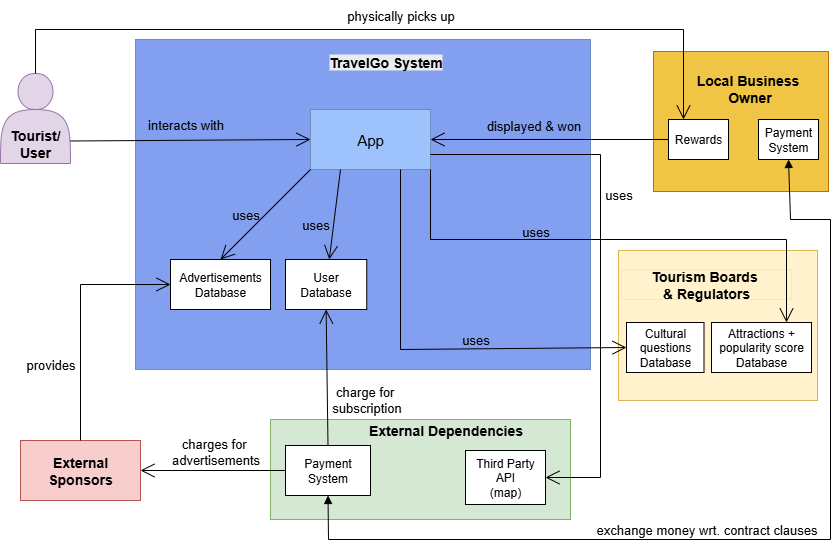
Above: report/ContainerDiagram.png in riyagupta0701/TravelGo-Software-Architecture (draw.io), before the change. Source tidied: cells renumbered, new cells last; positions are measured from the earlier drawing's top-left corner, leaving out a move shared by most shapes. The source it was exported from:
```xml
<mxGraphModel>
  <root>
    <mxCell id="0" />
    <mxCell id="1" parent="0" />
    <mxCell id="2" style="whiteSpace=wrap;html=1;align=center;newEdgeStyle={&quot;edgeStyle&quot;:&quot;elbowEdgeStyle&quot;,&quot;startArrow&quot;:&quot;none&quot;,&quot;endArrow&quot;:&quot;none&quot;};fillColor=#fff2cc;strokeColor=#d6b656;" parent="1" vertex="1">
      <mxGeometry x="618" y="250" width="199" height="150" as="geometry" />
    </mxCell>
    <mxCell id="3" value="&lt;b&gt;&lt;font style=&quot;font-size: 14px;&quot;&gt;Tourism Boards&amp;nbsp;&lt;/font&gt;&lt;/b&gt;&lt;div&gt;&lt;b&gt;&lt;font style=&quot;font-size: 14px;&quot;&gt;&amp;amp; Regulators&lt;/font&gt;&lt;/b&gt;&lt;/div&gt;" style="html=1;whiteSpace=wrap;strokeWidth=0;fillColor=#fff2cc;strokeColor=#d6b656;" parent="1" vertex="1">
      <mxGeometry x="621" y="269" width="170" height="30" as="geometry" />
    </mxCell>
    <mxCell id="4" style="whiteSpace=wrap;html=1;align=center;newEdgeStyle={&quot;edgeStyle&quot;:&quot;elbowEdgeStyle&quot;,&quot;startArrow&quot;:&quot;none&quot;,&quot;endArrow&quot;:&quot;none&quot;};fillColor=#839FEF;strokeColor=#6c8ebf;" parent="1" vertex="1">
      <mxGeometry x="135" y="39" width="455" height="330" as="geometry" />
    </mxCell>
    <mxCell id="5" value="&#10;&lt;b style=&quot;forced-color-adjust: none; color: rgb(0, 0, 0); font-family: Helvetica; font-size: 14px; font-style: normal; font-variant-ligatures: normal; font-variant-caps: normal; letter-spacing: normal; orphans: 2; text-align: center; text-indent: 0px; text-transform: none; widows: 2; word-spacing: 0px; -webkit-text-stroke-width: 0px; white-space: nowrap; background-color: rgb(236, 236, 236); text-decoration-thickness: initial; text-decoration-style: initial; text-decoration-color: initial;&quot;&gt;TravelGo System&lt;/b&gt;&#10;&#10;" style="text;html=1;align=center;verticalAlign=middle;strokeColor=none;fillColor=none;" parent="1" vertex="1">
      <mxGeometry x="315" y="39" width="140" height="60" as="geometry" />
    </mxCell>
    <mxCell id="6" value="&lt;font style=&quot;font-size: 15px;&quot;&gt;App&lt;/font&gt;" style="whiteSpace=wrap;html=1;align=center;newEdgeStyle={&quot;edgeStyle&quot;:&quot;elbowEdgeStyle&quot;,&quot;startArrow&quot;:&quot;none&quot;,&quot;endArrow&quot;:&quot;none&quot;};fillColor=#9DC2FC;strokeColor=#6c8ebf;" parent="1" vertex="1">
      <mxGeometry x="310" y="109" width="120" height="60" as="geometry" />
    </mxCell>
    <mxCell id="7" value="User Database" style="whiteSpace=wrap;html=1;align=center;newEdgeStyle={&quot;edgeStyle&quot;:&quot;elbowEdgeStyle&quot;,&quot;startArrow&quot;:&quot;none&quot;,&quot;endArrow&quot;:&quot;none&quot;};" parent="1" vertex="1">
      <mxGeometry x="285" y="259" width="81.2" height="50" as="geometry" />
    </mxCell>
    <mxCell id="8" value="Cultural questions Database" style="whiteSpace=wrap;html=1;align=center;newEdgeStyle={&quot;edgeStyle&quot;:&quot;elbowEdgeStyle&quot;,&quot;startArrow&quot;:&quot;none&quot;,&quot;endArrow&quot;:&quot;none&quot;};" parent="1" vertex="1">
      <mxGeometry x="626" y="322" width="77.5" height="50" as="geometry" />
    </mxCell>
    <mxCell id="9" value="Attractions + popularity score Database" style="whiteSpace=wrap;html=1;align=center;newEdgeStyle={&quot;edgeStyle&quot;:&quot;elbowEdgeStyle&quot;,&quot;startArrow&quot;:&quot;none&quot;,&quot;endArrow&quot;:&quot;none&quot;};" parent="1" vertex="1">
      <mxGeometry x="711" y="322" width="100" height="50" as="geometry" />
    </mxCell>
    <mxCell id="10" value="&lt;div&gt;&lt;font style=&quot;font-size: 14px;&quot;&gt;&lt;b&gt;&lt;br&gt;&lt;/b&gt;&lt;/font&gt;&lt;/div&gt;&lt;div&gt;&lt;font style=&quot;font-size: 14px;&quot;&gt;&lt;b&gt;&lt;br&gt;&lt;/b&gt;&lt;/font&gt;&lt;/div&gt;&lt;div&gt;&lt;font style=&quot;font-size: 14px;&quot;&gt;&lt;b&gt;&lt;br&gt;&lt;/b&gt;&lt;/font&gt;&lt;/div&gt;&lt;font style=&quot;font-size: 14px;&quot;&gt;&lt;b&gt;Tourist/&lt;/b&gt;&lt;/font&gt;&lt;div&gt;&lt;font style=&quot;font-size: 14px;&quot;&gt;&lt;b&gt;User&lt;/b&gt;&lt;/font&gt;&lt;/div&gt;" style="shape=actor;whiteSpace=wrap;html=1;fillColor=#e1d5e7;strokeColor=#9673a6;" parent="1" vertex="1">
      <mxGeometry y="73" width="70" height="90" as="geometry" />
    </mxCell>
    <mxCell id="11" style="endArrow=open;endFill=1;endSize=12;html=1;rounded=0;exitX=1;exitY=0.75;exitDx=0;exitDy=0;entryX=0;entryY=0.5;entryDx=0;entryDy=0;" parent="1" edge="1" source="10" target="6">
      <mxGeometry relative="1" as="geometry" />
    </mxCell>
    <mxCell id="12" value="&lt;font style=&quot;font-size: 13px;&quot;&gt;interacts with&lt;/font&gt;" style="text;html=1;align=center;verticalAlign=middle;strokeColor=none;fillColor=none;" parent="1" vertex="1">
      <mxGeometry x="135" y="109" width="100" height="30" as="geometry" />
    </mxCell>
    <mxCell id="13" value="&lt;font style=&quot;font-size: 13px;&quot;&gt;uses&lt;/font&gt;" style="text;html=1;align=center;verticalAlign=middle;strokeColor=none;fillColor=none;" parent="1" vertex="1">
      <mxGeometry x="593" y="179" width="50" height="30" as="geometry" />
    </mxCell>
    <mxCell id="14" style="whiteSpace=wrap;html=1;align=center;newEdgeStyle={&quot;edgeStyle&quot;:&quot;elbowEdgeStyle&quot;,&quot;startArrow&quot;:&quot;none&quot;,&quot;endArrow&quot;:&quot;none&quot;};fillColor=#F0C545;fontColor=#000000;strokeColor=#BD7000;" parent="1" vertex="1">
      <mxGeometry x="653" y="51" width="175" height="140" as="geometry" />
    </mxCell>
    <mxCell id="15" value="&lt;br&gt;&lt;span style=&quot;font-size: 14px;&quot;&gt;&lt;b&gt;Local Business&amp;nbsp;&lt;/b&gt;&lt;/span&gt;&lt;div&gt;&lt;span style=&quot;font-size: 14px;&quot;&gt;&lt;b&gt;Owner&lt;/b&gt;&lt;/span&gt;&lt;/div&gt;" style="text;html=1;align=center;verticalAlign=middle;strokeColor=none;fillColor=none;" parent="1" vertex="1">
      <mxGeometry x="684.2" y="51" width="130" height="60" as="geometry" />
    </mxCell>
    <mxCell id="16" value="Rewards" style="whiteSpace=wrap;html=1;align=center;newEdgeStyle={&quot;edgeStyle&quot;:&quot;elbowEdgeStyle&quot;,&quot;startArrow&quot;:&quot;none&quot;,&quot;endArrow&quot;:&quot;none&quot;};" parent="1" vertex="1">
      <mxGeometry x="668" y="119" width="60" height="40" as="geometry" />
    </mxCell>
    <mxCell id="17" style="endArrow=open;endFill=1;endSize=12;html=1;rounded=0;exitX=0;exitY=0.5;exitDx=0;exitDy=0;entryX=1;entryY=0.5;entryDx=0;entryDy=0;" parent="1" edge="1" source="16" target="6">
      <mxGeometry relative="1" as="geometry" />
    </mxCell>
    <mxCell id="18" value="&lt;font style=&quot;font-size: 13px;&quot;&gt;displayed &amp;amp; won&lt;/font&gt;" style="text;html=1;align=center;verticalAlign=middle;strokeColor=none;fillColor=none;" parent="1" vertex="1">
      <mxGeometry x="473" y="110" width="120" height="30" as="geometry" />
    </mxCell>
    <mxCell id="19" style="html=1;whiteSpace=wrap;fillColor=#d5e8d4;strokeColor=#82b366;" parent="1" vertex="1">
      <mxGeometry x="270" y="419" width="300" height="100" as="geometry" />
    </mxCell>
    <mxCell id="20" value="&lt;font style=&quot;font-size: 14px;&quot;&gt;&lt;b&gt;External Dependencies&lt;/b&gt;&lt;/font&gt;" style="text;html=1;align=center;verticalAlign=middle;strokeColor=none;fillColor=none;" parent="1" vertex="1">
      <mxGeometry x="355" y="415" width="180" height="30" as="geometry" />
    </mxCell>
    <mxCell id="21" value="Payment System" style="html=1;whiteSpace=wrap;" parent="1" vertex="1">
      <mxGeometry x="285" y="445" width="85" height="50" as="geometry" />
    </mxCell>
    <mxCell id="22" style="endArrow=open;endFill=1;endSize=12;html=1;rounded=0;exitX=0.5;exitY=0;exitDx=0;exitDy=0;entryX=0.5;entryY=1;entryDx=0;entryDy=0;" parent="1" edge="1" source="21" target="7">
      <mxGeometry relative="1" as="geometry" />
    </mxCell>
    <mxCell id="23" value="&lt;font style=&quot;font-size: 13px;&quot;&gt;charge for&amp;nbsp;&lt;/font&gt;&lt;div&gt;&lt;font style=&quot;font-size: 13px;&quot;&gt;subscription&lt;/font&gt;&lt;/div&gt;" style="text;html=1;align=center;verticalAlign=middle;strokeColor=none;fillColor=none;" parent="1" vertex="1">
      <mxGeometry x="321" y="379" width="90" height="40" as="geometry" />
    </mxCell>
    <mxCell id="24" value="Payment System" style="whiteSpace=wrap;html=1;align=center;newEdgeStyle={&quot;edgeStyle&quot;:&quot;elbowEdgeStyle&quot;,&quot;startArrow&quot;:&quot;none&quot;,&quot;endArrow&quot;:&quot;none&quot;};" parent="1" vertex="1">
      <mxGeometry x="758" y="119" width="60" height="40" as="geometry" />
    </mxCell>
    <mxCell id="25" style="endArrow=block;startArrow=block;endFill=1;startFill=1;html=1;rounded=0;entryX=0.5;entryY=1;entryDx=0;entryDy=0;exitX=0.5;exitY=1;exitDx=0;exitDy=0;" parent="1" edge="1" source="24" target="21">
      <mxGeometry relative="1" as="geometry">
        <Array as="points">
          <mxPoint x="790" y="219" />
          <mxPoint x="830" y="219" />
          <mxPoint x="830" y="539" />
          <mxPoint x="328" y="539" />
        </Array>
      </mxGeometry>
    </mxCell>
    <mxCell id="26" value="&lt;font style=&quot;font-size: 13px;&quot;&gt;exchange money wrt. contract clauses&lt;/font&gt;" style="text;html=1;align=center;verticalAlign=middle;strokeColor=none;fillColor=none;" parent="1" vertex="1">
      <mxGeometry x="586" y="514" width="240" height="30" as="geometry" />
    </mxCell>
    <mxCell id="27" value="Third Party API&lt;div&gt;(map)&lt;/div&gt;" style="html=1;whiteSpace=wrap;" parent="1" vertex="1">
      <mxGeometry x="465" y="450" width="80" height="54" as="geometry" />
    </mxCell>
    <mxCell id="28" style="endArrow=open;endFill=1;endSize=12;html=1;rounded=0;exitX=1;exitY=0.75;exitDx=0;exitDy=0;entryX=1;entryY=0.5;entryDx=0;entryDy=0;" parent="1" edge="1" source="6" target="27">
      <mxGeometry relative="1" as="geometry">
        <Array as="points">
          <mxPoint x="600" y="154" />
          <mxPoint x="600" y="477" />
        </Array>
      </mxGeometry>
    </mxCell>
    <mxCell id="29" value="&lt;font style=&quot;font-size: 13px;&quot;&gt;uses&lt;/font&gt;" style="text;html=1;align=center;verticalAlign=middle;strokeColor=none;fillColor=none;" parent="1" vertex="1">
      <mxGeometry x="450" y="324" width="50" height="30" as="geometry" />
    </mxCell>
    <mxCell id="30" style="endArrow=open;endFill=1;endSize=12;html=1;rounded=0;exitX=0.5;exitY=0;exitDx=0;exitDy=0;entryX=0.25;entryY=0;entryDx=0;entryDy=0;" parent="1" edge="1" source="10" target="16">
      <mxGeometry relative="1" as="geometry">
        <Array as="points">
          <mxPoint x="35" y="29" />
          <mxPoint x="683" y="29" />
        </Array>
      </mxGeometry>
    </mxCell>
    <mxCell id="31" value="&lt;font style=&quot;font-size: 13px;&quot;&gt;physically picks up&lt;/font&gt;" style="text;html=1;align=center;verticalAlign=middle;strokeColor=none;fillColor=none;" parent="1" vertex="1">
      <mxGeometry x="335" width="130" height="30" as="geometry" />
    </mxCell>
    <mxCell id="32" value="&lt;font style=&quot;font-size: 14px;&quot;&gt;&lt;b&gt;External Sponsors&lt;/b&gt;&lt;/font&gt;" style="whiteSpace=wrap;html=1;align=center;newEdgeStyle={&quot;edgeStyle&quot;:&quot;elbowEdgeStyle&quot;,&quot;startArrow&quot;:&quot;none&quot;,&quot;endArrow&quot;:&quot;none&quot;};fillColor=#f8cecc;strokeColor=#b85450;" parent="1" vertex="1">
      <mxGeometry x="20" y="440" width="120" height="60" as="geometry" />
    </mxCell>
    <mxCell id="33" value="Advertisements&lt;div&gt;Database&lt;/div&gt;" style="whiteSpace=wrap;html=1;align=center;newEdgeStyle={&quot;edgeStyle&quot;:&quot;elbowEdgeStyle&quot;,&quot;startArrow&quot;:&quot;none&quot;,&quot;endArrow&quot;:&quot;none&quot;};" parent="1" vertex="1">
      <mxGeometry x="170" y="259" width="100" height="50" as="geometry" />
    </mxCell>
    <mxCell id="34" style="endArrow=open;endFill=1;endSize=12;html=1;rounded=0;exitX=0;exitY=1;exitDx=0;exitDy=0;entryX=0.5;entryY=0;entryDx=0;entryDy=0;" parent="1" edge="1" source="6" target="33">
      <mxGeometry relative="1" as="geometry" />
    </mxCell>
    <mxCell id="35" value="&lt;font style=&quot;font-size: 13px;&quot;&gt;uses&lt;/font&gt;" style="text;html=1;align=center;verticalAlign=middle;strokeColor=none;fillColor=none;" parent="1" vertex="1">
      <mxGeometry x="290" y="209" width="50" height="30" as="geometry" />
    </mxCell>
    <mxCell id="36" style="endArrow=open;endFill=1;endSize=12;html=1;rounded=0;exitX=0.25;exitY=1;exitDx=0;exitDy=0;" parent="1" edge="1" source="6" target="7">
      <mxGeometry relative="1" as="geometry" />
    </mxCell>
    <mxCell id="37" style="endArrow=open;endFill=1;endSize=12;html=1;rounded=0;exitX=0.75;exitY=1;exitDx=0;exitDy=0;entryX=0;entryY=0.5;entryDx=0;entryDy=0;" parent="1" edge="1" source="6" target="8">
      <mxGeometry relative="1" as="geometry">
        <Array as="points">
          <mxPoint x="400" y="349" />
        </Array>
      </mxGeometry>
    </mxCell>
    <mxCell id="38" style="endArrow=open;endFill=1;endSize=12;html=1;rounded=0;exitX=1;exitY=1;exitDx=0;exitDy=0;entryX=0.75;entryY=0;entryDx=0;entryDy=0;" parent="1" edge="1" source="6" target="9">
      <mxGeometry relative="1" as="geometry">
        <Array as="points">
          <mxPoint x="430" y="239" />
          <mxPoint x="786" y="239" />
        </Array>
      </mxGeometry>
    </mxCell>
    <mxCell id="39" value="&lt;font style=&quot;font-size: 13px;&quot;&gt;uses&lt;/font&gt;" style="text;html=1;align=center;verticalAlign=middle;strokeColor=none;fillColor=none;" parent="1" vertex="1">
      <mxGeometry x="510" y="216" width="50" height="30" as="geometry" />
    </mxCell>
    <mxCell id="40" value="&lt;font style=&quot;font-size: 13px;&quot;&gt;uses&lt;/font&gt;" style="text;html=1;align=center;verticalAlign=middle;strokeColor=none;fillColor=none;" parent="1" vertex="1">
      <mxGeometry x="220" y="199" width="50" height="30" as="geometry" />
    </mxCell>
    <mxCell id="41" style="endArrow=open;endFill=1;endSize=12;html=1;rounded=0;exitX=0.5;exitY=0;exitDx=0;exitDy=0;entryX=0;entryY=0.5;entryDx=0;entryDy=0;" parent="1" edge="1" source="32" target="33">
      <mxGeometry relative="1" as="geometry">
        <Array as="points">
          <mxPoint x="80" y="284" />
        </Array>
      </mxGeometry>
    </mxCell>
    <mxCell id="42" value="&lt;font style=&quot;font-size: 13px;&quot;&gt;provides&lt;/font&gt;" style="text;html=1;align=center;verticalAlign=middle;strokeColor=none;fillColor=none;" parent="1" vertex="1">
      <mxGeometry x="15" y="349" width="70" height="30" as="geometry" />
    </mxCell>
    <mxCell id="43" value="&lt;font style=&quot;font-size: 13px;&quot;&gt;charges for&amp;nbsp;&lt;/font&gt;&lt;div&gt;&lt;font style=&quot;font-size: 13px;&quot;&gt;advertisements&lt;/font&gt;&lt;/div&gt;" style="text;html=1;align=center;verticalAlign=middle;strokeColor=none;fillColor=none;" parent="1" vertex="1">
      <mxGeometry x="160" y="431" width="110" height="40" as="geometry" />
    </mxCell>
    <mxCell id="44" style="endArrow=open;endFill=1;endSize=12;html=1;rounded=0;exitX=0;exitY=0.5;exitDx=0;exitDy=0;entryX=1;entryY=0.5;entryDx=0;entryDy=0;" parent="1" edge="1" source="21" target="32">
      <mxGeometry relative="1" as="geometry" />
    </mxCell>
  </root>
</mxGraphModel>
```
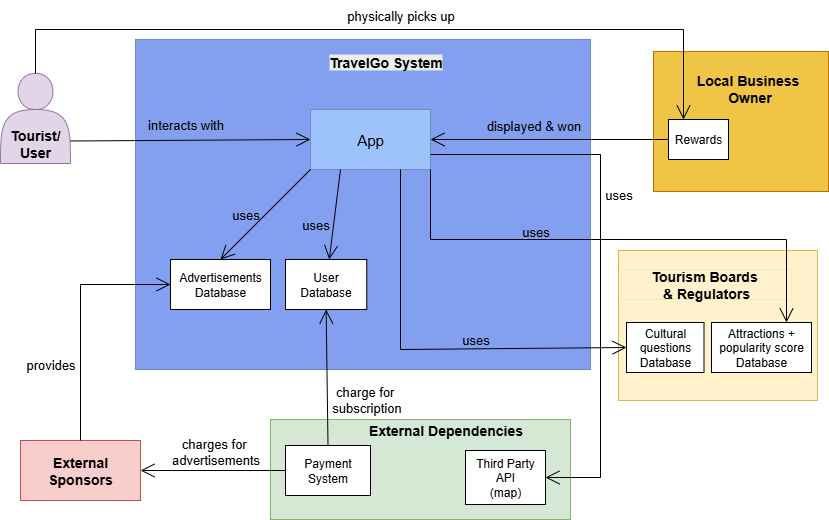
Later version of the same file.

The edit, as a diff of the source:
```diff
@@ -68,22 +68,6 @@
     <mxCell id="23" value="&lt;font style=&quot;font-size: 13px;&quot;&gt;charge for&amp;nbsp;&lt;/font&gt;&lt;div&gt;&lt;font style=&quot;font-size: 13px;&quot;&gt;subscription&lt;/font&gt;&lt;/div&gt;" style="text;html=1;align=center;verticalAlign=middle;strokeColor=none;fillColor=none;" parent="1" vertex="1">
       <mxGeometry x="321" y="379" width="90" height="40" as="geometry" />
     </mxCell>
-    <mxCell id="24" value="Payment System" style="whiteSpace=wrap;html=1;align=center;newEdgeStyle={&quot;edgeStyle&quot;:&quot;elbowEdgeStyle&quot;,&quot;startArrow&quot;:&quot;none&quot;,&quot;endArrow&quot;:&quot;none&quot;};" parent="1" vertex="1">
-      <mxGeometry x="758" y="119" width="60" height="40" as="geometry" />
-    </mxCell>
-    <mxCell id="25" style="endArrow=block;startArrow=block;endFill=1;startFill=1;html=1;rounded=0;entryX=0.5;entryY=1;entryDx=0;entryDy=0;exitX=0.5;exitY=1;exitDx=0;exitDy=0;" parent="1" edge="1" source="24" target="21">
-      <mxGeometry relative="1" as="geometry">
-        <Array as="points">
-          <mxPoint x="790" y="219" />
-          <mxPoint x="830" y="219" />
-          <mxPoint x="830" y="539" />
-          <mxPoint x="328" y="539" />
-        </Array>
-      </mxGeometry>
-    </mxCell>
-    <mxCell id="26" value="&lt;font style=&quot;font-size: 13px;&quot;&gt;exchange money wrt. contract clauses&lt;/font&gt;" style="text;html=1;align=center;verticalAlign=middle;strokeColor=none;fillColor=none;" parent="1" vertex="1">
-      <mxGeometry x="586" y="514" width="240" height="30" as="geometry" />
-    </mxCell>
     <mxCell id="27" value="Third Party API&lt;div&gt;(map)&lt;/div&gt;" style="html=1;whiteSpace=wrap;" parent="1" vertex="1">
       <mxGeometry x="465" y="450" width="80" height="54" as="geometry" />
     </mxCell>
```
